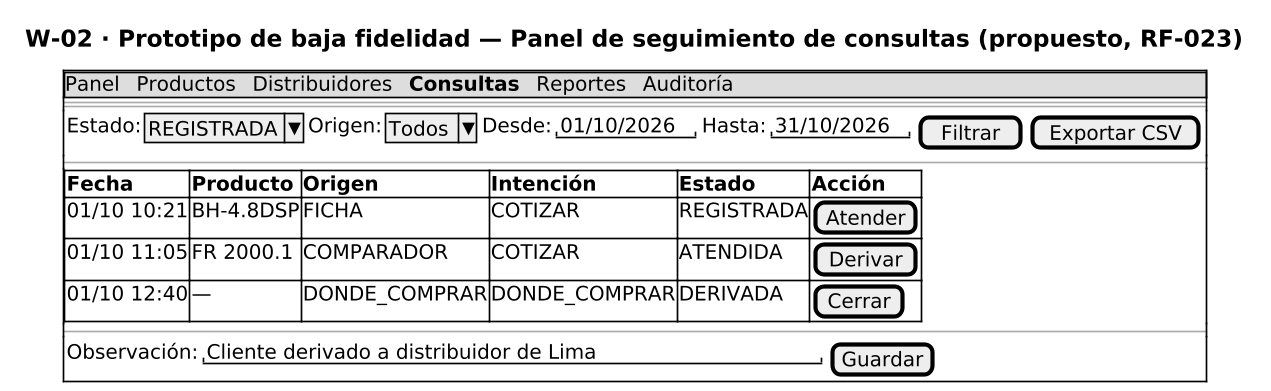
Above: RUP_BLACK_HAWK/DIAGRAMAS_UML/png/W02_wireframe_consultas.png in AlTi1912/BH-PDF (PlantUML), before the change.
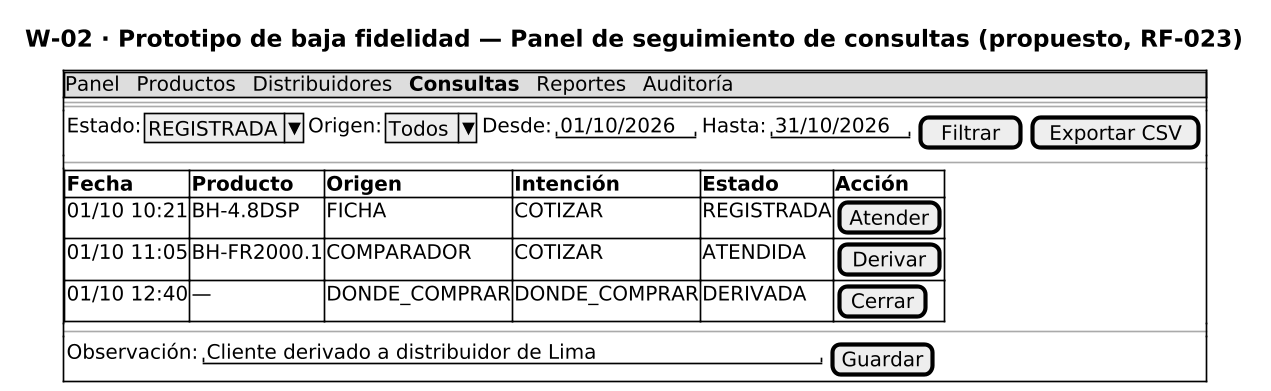
The same file after the commit.

The edit, as a diff of the source:
```diff
@@ -9,7 +9,7 @@
   {#
     <b>Fecha | <b>Producto | <b>Origen | <b>Intención | <b>Estado | <b>Acción
     01/10 10:21 | BH-4.8DSP | FICHA | COTIZAR | REGISTRADA | [Atender]
-    01/10 11:05 | FR 2000.1 | COMPARADOR | COTIZAR | ATENDIDA | [Derivar]
+    01/10 11:05 | BH-FR2000.1 | COMPARADOR | COTIZAR | ATENDIDA | [Derivar]
     01/10 12:40 | — | DONDE_COMPRAR | DONDE_COMPRAR | DERIVADA | [Cerrar]
   }
   --
```
